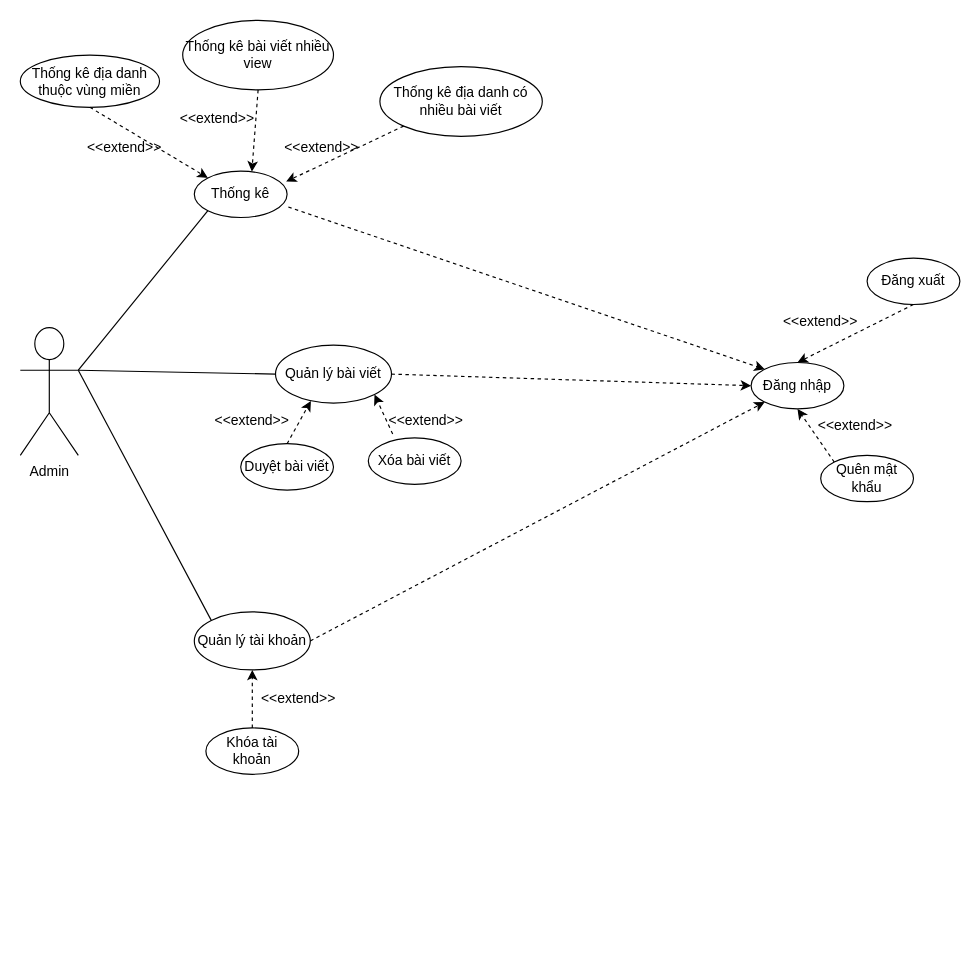
Before: page "Admin" (1 of 3) of Use_Case_Android.drawio in HieuNM2809/DoAn_ANDROID, a draw.io diagram. Source tidied: cells renumbered, new cells numbered last; positions are measured from the earlier drawing's top-left corner, leaving out a move shared by most shapes. Both pictures are drawn from the tidied source at 116%, with x=0, y=0 at pixel (20, 20).
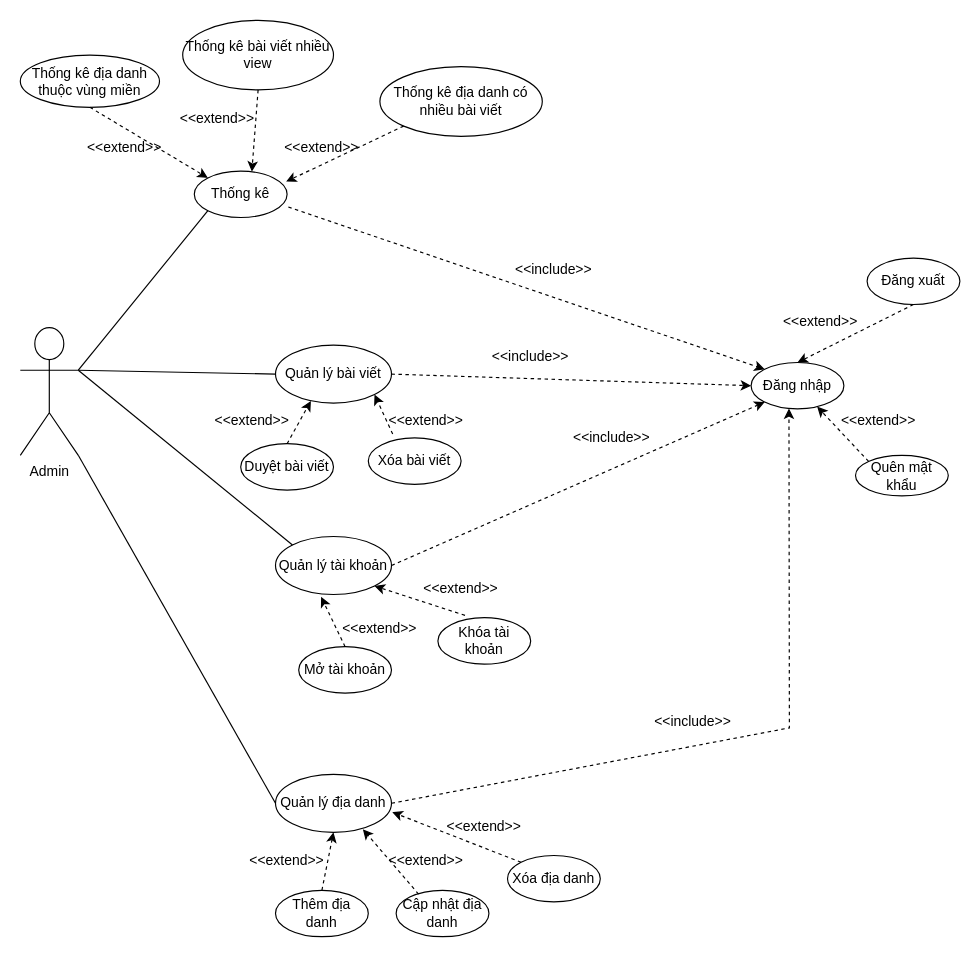
The same diagram, later.

Commit message (it also covers changes not shown here):
Cập nhật Use_Case_Android.drawio

The change refers to these unchanged cells:
```xml
<mxCell id="2" value="Admin" style="shape=umlActor;verticalLabelPosition=bottom;verticalAlign=top;html=1;outlineConnect=0;" parent="1" vertex="1">
  <mxGeometry y="265" width="50" height="110" as="geometry" />
</mxCell>
<mxCell id="3" value="Đăng nhập" style="ellipse;whiteSpace=wrap;html=1;" parent="1" vertex="1">
  <mxGeometry x="630" y="295" width="80" height="40" as="geometry" />
</mxCell>
```

Diff of the diagram source:
```diff
@@
     <mxCell id="18" value="Quản lý tài khoản" style="ellipse;whiteSpace=wrap;html=1;" parent="1" vertex="1">
-      <mxGeometry x="150" y="510" width="100" height="50" as="geometry" />
+      <mxGeometry x="220" y="445" width="100" height="50" as="geometry" />
     </mxCell>
@@
     <mxCell id="21" value="Khóa tài khoản" style="ellipse;whiteSpace=wrap;html=1;" parent="1" vertex="1">
-      <mxGeometry x="160" y="610" width="80" height="40" as="geometry" />
+      <mxGeometry x="360" y="515" width="80" height="40" as="geometry" />
     </mxCell>
@@
-    <mxCell id="26" style="endArrow=classic;html=1;rounded=0;dashed=1;exitX=0.5;exitY=0;exitDx=0;exitDy=0;entryX=0.5;entryY=1;entryDx=0;entryDy=0;" parent="1" edge="1" source="21" target="18">
+    <mxCell id="26" style="endArrow=classic;html=1;rounded=0;dashed=1;exitX=0.292;exitY=-0.05;exitDx=0;exitDy=0;entryX=1;entryY=1;entryDx=0;entryDy=0;exitPerimeter=0;" parent="1" edge="1" source="21" target="18">
       <mxGeometry relative="1" as="geometry" />
     </mxCell>
     <mxCell id="27" value="&amp;lt;&amp;lt;extend&amp;gt;&amp;gt;" style="text;html=1;strokeColor=none;fillColor=none;align=center;verticalAlign=middle;whiteSpace=wrap;rounded=0;" parent="1" vertex="1">
-      <mxGeometry x="210" y="570" width="60" height="30" as="geometry" />
+      <mxGeometry x="350" y="475" width="60" height="30" as="geometry" />
     </mxCell>
@@
     <mxCell id="34" value="Quên mật khẩu" style="ellipse;whiteSpace=wrap;html=1;" parent="1" vertex="1">
-      <mxGeometry x="690" y="375" width="80" height="40" as="geometry" />
+      <mxGeometry x="720" y="375" width="80" height="35" as="geometry" />
     </mxCell>
-    <mxCell id="35" style="endArrow=classic;html=1;rounded=0;dashed=1;exitX=0;exitY=0;exitDx=0;exitDy=0;entryX=0.5;entryY=1;entryDx=0;entryDy=0;" parent="1" edge="1" source="34" target="3">
+    <mxCell id="35" style="endArrow=classic;html=1;rounded=0;dashed=1;exitX=0;exitY=0;exitDx=0;exitDy=0;" parent="1" edge="1" source="34" target="3">
       <mxGeometry relative="1" as="geometry" />
     </mxCell>
     <mxCell id="36" value="&amp;lt;&amp;lt;extend&amp;gt;&amp;gt;" style="text;html=1;strokeColor=none;fillColor=none;align=center;verticalAlign=middle;whiteSpace=wrap;rounded=0;" parent="1" vertex="1">
-      <mxGeometry x="690" y="335" width="60" height="30" as="geometry" />
+      <mxGeometry x="710" y="330" width="60" height="30" as="geometry" />
     </mxCell>
+    <mxCell id="37" value="Mở tài khoản" style="ellipse;whiteSpace=wrap;html=1;" parent="1" vertex="1">
+      <mxGeometry x="240" y="540" width="80" height="40" as="geometry" />
+    </mxCell>
+    <mxCell id="38" style="endArrow=classic;html=1;rounded=0;exitX=0.5;exitY=0;exitDx=0;exitDy=0;entryX=0.393;entryY=1.04;entryDx=0;entryDy=0;entryPerimeter=0;dashed=1;" parent="1" edge="1" source="37" target="18">
+      <mxGeometry relative="1" as="geometry" />
+    </mxCell>
+    <mxCell id="39" value="&amp;lt;&amp;lt;extend&amp;gt;&amp;gt;" style="text;html=1;strokeColor=none;fillColor=none;align=center;verticalAlign=middle;whiteSpace=wrap;rounded=0;" parent="1" vertex="1">
+      <mxGeometry x="280" y="510" width="60" height="30" as="geometry" />
+    </mxCell>
+    <mxCell id="40" value="Quản lý địa danh" style="ellipse;whiteSpace=wrap;html=1;" parent="1" vertex="1">
+      <mxGeometry x="220" y="650" width="100" height="50" as="geometry" />
+    </mxCell>
+    <mxCell id="41" style="endArrow=none;html=1;rounded=0;exitX=1;exitY=1;exitDx=0;exitDy=0;exitPerimeter=0;entryX=0;entryY=0.5;entryDx=0;entryDy=0;" parent="1" edge="1" source="2" target="40">
+      <mxGeometry relative="1" as="geometry" />
+    </mxCell>
+    <mxCell id="42" value="Thêm địa danh" style="ellipse;whiteSpace=wrap;html=1;" parent="1" vertex="1">
+      <mxGeometry x="220" y="750" width="80" height="40" as="geometry" />
+    </mxCell>
+    <mxCell id="43" value="Cập nhật địa danh" style="ellipse;whiteSpace=wrap;html=1;" parent="1" vertex="1">
+      <mxGeometry x="324" y="750" width="80" height="40" as="geometry" />
+    </mxCell>
+    <mxCell id="44" value="Xóa địa danh" style="ellipse;whiteSpace=wrap;html=1;" parent="1" vertex="1">
+      <mxGeometry x="420" y="720" width="80" height="40" as="geometry" />
+    </mxCell>
+    <mxCell id="45" value="&amp;lt;&amp;lt;extend&amp;gt;&amp;gt;" style="text;html=1;strokeColor=none;fillColor=none;align=center;verticalAlign=middle;whiteSpace=wrap;rounded=0;" parent="1" vertex="1">
+      <mxGeometry x="370" y="680" width="60" height="30" as="geometry" />
+    </mxCell>
+    <mxCell id="46" value="&amp;lt;&amp;lt;extend&amp;gt;&amp;gt;" style="text;html=1;strokeColor=none;fillColor=none;align=center;verticalAlign=middle;whiteSpace=wrap;rounded=0;" parent="1" vertex="1">
+      <mxGeometry x="320" y="710" width="60" height="30" as="geometry" />
+    </mxCell>
+    <mxCell id="47" value="&amp;lt;&amp;lt;extend&amp;gt;&amp;gt;" style="text;html=1;strokeColor=none;fillColor=none;align=center;verticalAlign=middle;whiteSpace=wrap;rounded=0;" parent="1" vertex="1">
+      <mxGeometry x="200" y="710" width="60" height="30" as="geometry" />
+    </mxCell>
+    <mxCell id="48" style="endArrow=classic;html=1;rounded=0;exitX=0.5;exitY=0;exitDx=0;exitDy=0;entryX=0.5;entryY=1;entryDx=0;entryDy=0;dashed=1;" parent="1" edge="1" source="42" target="40">
+      <mxGeometry relative="1" as="geometry" />
+    </mxCell>
+    <mxCell id="49" style="endArrow=classic;html=1;rounded=0;exitX=0.242;exitY=0.083;exitDx=0;exitDy=0;entryX=0.753;entryY=0.947;entryDx=0;entryDy=0;dashed=1;entryPerimeter=0;exitPerimeter=0;" parent="1" edge="1" source="43" target="40">
+      <mxGeometry relative="1" as="geometry" />
+    </mxCell>
+    <mxCell id="50" style="endArrow=classic;html=1;rounded=0;exitX=0;exitY=0;exitDx=0;exitDy=0;entryX=1.007;entryY=0.653;entryDx=0;entryDy=0;dashed=1;entryPerimeter=0;" parent="1" edge="1" source="44" target="40">
+      <mxGeometry relative="1" as="geometry" />
+    </mxCell>
+    <mxCell id="51" style="endArrow=classic;html=1;rounded=0;exitX=1;exitY=0.5;exitDx=0;exitDy=0;entryX=0.408;entryY=0.992;entryDx=0;entryDy=0;entryPerimeter=0;dashed=1;" parent="1" edge="1" source="40" target="3">
+      <mxGeometry relative="1" as="geometry">
+        <Array as="points">
+          <mxPoint x="663" y="610" />
+        </Array>
+      </mxGeometry>
+    </mxCell>
+    <mxCell id="52" value="&amp;lt;&amp;lt;include&amp;gt;&amp;gt;" style="text;html=1;strokeColor=none;fillColor=none;align=center;verticalAlign=middle;whiteSpace=wrap;rounded=0;" parent="1" vertex="1">
+      <mxGeometry x="430" y="200" width="60" height="30" as="geometry" />
+    </mxCell>
+    <mxCell id="53" value="&amp;lt;&amp;lt;include&amp;gt;&amp;gt;" style="text;html=1;strokeColor=none;fillColor=none;align=center;verticalAlign=middle;whiteSpace=wrap;rounded=0;" parent="1" vertex="1">
+      <mxGeometry x="410" y="275" width="60" height="30" as="geometry" />
+    </mxCell>
+    <mxCell id="54" value="&amp;lt;&amp;lt;include&amp;gt;&amp;gt;" style="text;html=1;strokeColor=none;fillColor=none;align=center;verticalAlign=middle;whiteSpace=wrap;rounded=0;" parent="1" vertex="1">
+      <mxGeometry x="480" y="345" width="60" height="30" as="geometry" />
+    </mxCell>
+    <mxCell id="55" value="&amp;lt;&amp;lt;include&amp;gt;&amp;gt;" style="text;html=1;strokeColor=none;fillColor=none;align=center;verticalAlign=middle;whiteSpace=wrap;rounded=0;" parent="1" vertex="1">
+      <mxGeometry x="550" y="590" width="60" height="30" as="geometry" />
+    </mxCell>
```
